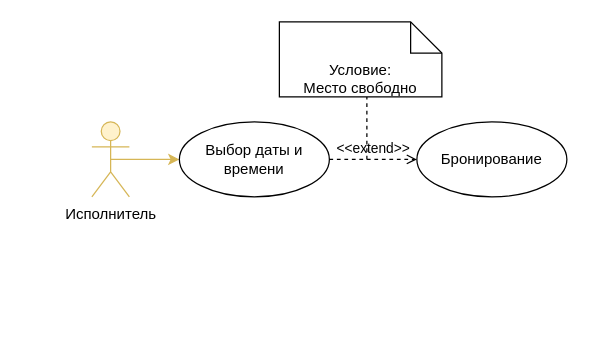
The draw.io diagram page "Бронирование студии" (6 of 9) of system.drawio in EugeNATOR/AurAudio, before the edit. Source tidied: cells renumbered, new cells numbered last; positions are measured from the earlier drawing's top-left corner, leaving out a move shared by most shapes. Both pictures are drawn from the tidied source at 125%, with x=0, y=0 at pixel (91, 21).
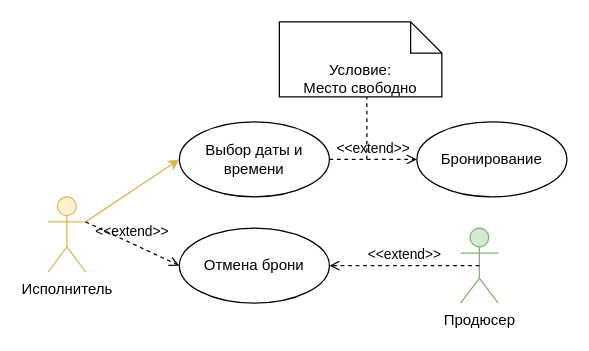
Above is the later version.

What changed in the source:
```diff
@@
 <mxGraphModel>
   <root>
     <mxCell id="0" />
     <mxCell id="1" parent="0" />
-    <mxCell id="2" style="edgeStyle=orthogonalEdgeStyle;rounded=0;jettySize=auto;html=1;exitX=0.5;exitY=0.5;exitDx=0;exitDy=0;exitPerimeter=0;entryX=0;entryY=0.5;entryDx=0;entryDy=0;fillColor=#fff2cc;strokeColor=#d6b656;" parent="1" edge="1" source="3" target="4">
+    <mxCell id="2" style="rounded=0;jettySize=auto;html=1;exitX=1;exitY=0.3333333333333333;exitDx=0;exitDy=0;exitPerimeter=0;entryX=0;entryY=0.5;entryDx=0;entryDy=0;fillColor=#fff2cc;strokeColor=#d6b656;" parent="1" edge="1" source="3" target="4">
       <mxGeometry relative="1" as="geometry" />
     </mxCell>
     <mxCell id="3" value="Исполнитель" style="shape=umlActor;verticalLabelPosition=bottom;verticalAlign=top;html=1;fillColor=#fff2cc;strokeColor=#d6b656;" parent="1" vertex="1">
-      <mxGeometry y="80" width="30" height="60" as="geometry" />
+      <mxGeometry x="-35" y="140" width="30" height="60" as="geometry" />
     </mxCell>
     <mxCell id="4" value="Выбор даты и времени" style="ellipse;html=1;whiteSpace=wrap;" parent="1" vertex="1">
       <mxGeometry x="70" y="80" width="120" height="60" as="geometry" />
     </mxCell>
     <mxCell id="5" value="Бронирование" style="ellipse;html=1;whiteSpace=wrap;" parent="1" vertex="1">
       <mxGeometry x="260" y="80" width="120" height="60" as="geometry" />
     </mxCell>
     <mxCell id="6" value="&amp;lt;&amp;lt;extend&amp;gt;&amp;gt;" style="html=1;verticalAlign=bottom;labelBackgroundColor=none;endArrow=open;endFill=0;dashed=1;rounded=0;exitX=1;exitY=0.5;exitDx=0;exitDy=0;entryX=0;entryY=0.5;entryDx=0;entryDy=0;" parent="1" edge="1" source="4" target="5">
       <mxGeometry relative="1" as="geometry" />
     </mxCell>
     <mxCell id="7" style="html=1;verticalAlign=bottom;labelBackgroundColor=none;endArrow=none;endFill=0;dashed=1;rounded=0;startFill=0;" parent="1" edge="1">
       <mxGeometry relative="1" as="geometry">
         <mxPoint x="220" y="110" as="sourcePoint" />
         <mxPoint x="220" y="60" as="targetPoint" />
       </mxGeometry>
     </mxCell>
     <mxCell id="8" value="Условие:&lt;div&gt;Место свободно&lt;/div&gt;" style="shape=note2;boundedLbl=1;whiteSpace=wrap;html=1;size=25;verticalAlign=top;align=center;" parent="1" vertex="1">
       <mxGeometry x="150" width="130" height="60" as="geometry" />
     </mxCell>
+    <mxCell id="9" value="Продюсер" style="shape=umlActor;verticalLabelPosition=bottom;verticalAlign=top;html=1;fillColor=#d5e8d4;strokeColor=#82b366;" parent="1" vertex="1">
+      <mxGeometry x="295" y="165" width="30" height="60" as="geometry" />
+    </mxCell>
+    <mxCell id="10" value="Отмена брони" style="ellipse;html=1;whiteSpace=wrap;" parent="1" vertex="1">
+      <mxGeometry x="70" y="165" width="120" height="60" as="geometry" />
+    </mxCell>
+    <mxCell id="11" value="&amp;lt;&amp;lt;extend&amp;gt;&amp;gt;" style="html=1;verticalAlign=bottom;labelBackgroundColor=none;endArrow=open;endFill=0;dashed=1;rounded=0;exitX=1;exitY=0.3333333333333333;exitDx=0;exitDy=0;entryX=0;entryY=0.5;entryDx=0;entryDy=0;exitPerimeter=0;" parent="1" edge="1" source="3" target="10">
+      <mxGeometry relative="1" as="geometry" />
+    </mxCell>
+    <mxCell id="12" value="&amp;lt;&amp;lt;extend&amp;gt;&amp;gt;" style="html=1;verticalAlign=bottom;labelBackgroundColor=none;endArrow=open;endFill=0;dashed=1;rounded=0;exitX=0.5;exitY=0.5;exitDx=0;exitDy=0;entryX=1;entryY=0.5;entryDx=0;entryDy=0;exitPerimeter=0;" parent="1" edge="1" source="9" target="10">
+      <mxGeometry relative="1" as="geometry" />
+    </mxCell>
   </root>
 </mxGraphModel>
```
